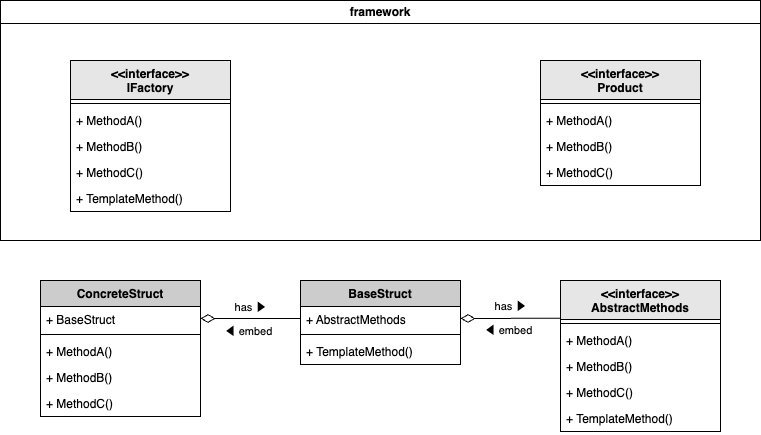
Earlier version of the draw.io export internal/patterns/factory/.docs/class-diagram.drawio.png (sh-yamaga/design-patterns-go). Source tidied: cells renumbered, new cells last; positions are measured from the earlier drawing's top-left corner, leaving out a move shared by most shapes.
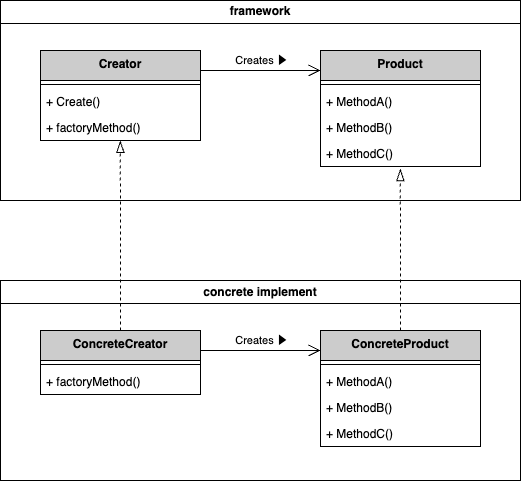
The same diagram one commit later.

Commit message:
[update]#factory_create class diagram

Change to the diagram source:
```diff
@@ -2,115 +2,90 @@
   <root>
     <mxCell id="0" />
     <mxCell id="1" parent="0" />
-    <mxCell id="2" value="&lt;&lt;interface&gt;&gt;&#10;AbstractMethods" style="swimlane;fontStyle=1;align=center;verticalAlign=top;horizontal=1;startSize=39;fillColor=#E6E6E6;fontColor=#000000;strokeColor=#000000;" parent="1" vertex="1">
-      <mxGeometry x="560" y="280" width="160" height="151" as="geometry" />
-    </mxCell>
-    <mxCell id="3" style="line;strokeWidth=1;fillColor=none;align=left;verticalAlign=middle;spacingTop=-1;spacingLeft=3;spacingRight=3;labelPosition=right;strokeColor=inherit;" parent="2" vertex="1">
-      <mxGeometry y="39" width="160" height="8" as="geometry" />
-    </mxCell>
-    <mxCell id="4" value="+ MethodA()" style="text;strokeColor=none;fillColor=none;align=left;verticalAlign=top;spacingLeft=4;spacingRight=4;overflow=hidden;fontColor=#000000;" parent="2" vertex="1">
-      <mxGeometry y="47" width="160" height="26" as="geometry" />
-    </mxCell>
-    <mxCell id="5" value="+ MethodB()" style="text;strokeColor=none;fillColor=none;align=left;verticalAlign=top;spacingLeft=4;spacingRight=4;overflow=hidden;fontColor=#000000;" parent="2" vertex="1">
-      <mxGeometry y="73" width="160" height="26" as="geometry" />
-    </mxCell>
-    <mxCell id="6" value="+ MethodC()" style="text;strokeColor=none;fillColor=none;align=left;verticalAlign=top;spacingLeft=4;spacingRight=4;overflow=hidden;fontColor=#000000;" parent="2" vertex="1">
-      <mxGeometry y="99" width="160" height="26" as="geometry" />
-    </mxCell>
-    <mxCell id="7" value="+ TemplateMethod()" style="text;strokeColor=none;fillColor=none;align=left;verticalAlign=top;spacingLeft=4;spacingRight=4;overflow=hidden;fontColor=#000000;" parent="2" vertex="1">
-      <mxGeometry y="125" width="160" height="26" as="geometry" />
-    </mxCell>
-    <mxCell id="8" value="BaseStruct" style="swimlane;fontStyle=1;align=center;verticalAlign=top;horizontal=1;startSize=26;fillColor=#CCCCCC;fontColor=#000000;strokeColor=#000000;" parent="1" vertex="1">
-      <mxGeometry x="300" y="280" width="160" height="84" as="geometry" />
-    </mxCell>
-    <mxCell id="9" value="+ AbstractMethods" style="text;strokeColor=none;fillColor=none;align=left;verticalAlign=top;spacingLeft=4;spacingRight=4;overflow=hidden;points=[[0,0.5],[1,0.5]];portConstraint=eastwest;fontColor=#000000;" parent="8" vertex="1">
-      <mxGeometry y="26" width="160" height="24" as="geometry" />
-    </mxCell>
-    <mxCell id="10" style="line;strokeWidth=1;fillColor=none;align=left;verticalAlign=middle;spacingTop=-1;spacingLeft=3;spacingRight=3;labelPosition=right;strokeColor=inherit;" parent="8" vertex="1">
-      <mxGeometry y="50" width="160" height="8" as="geometry" />
-    </mxCell>
-    <mxCell id="11" value="+ TemplateMethod()" style="text;strokeColor=none;fillColor=none;align=left;verticalAlign=top;spacingLeft=4;spacingRight=4;overflow=hidden;fontColor=#000000;" parent="8" vertex="1">
-      <mxGeometry y="58" width="160" height="26" as="geometry" />
-    </mxCell>
-    <mxCell id="12" style="endArrow=none;html=1;entryX=0;entryY=0.25;entryDx=0;entryDy=0;exitX=1;exitY=0.5;exitDx=0;exitDy=0;startArrow=diamondThin;startFill=0;startSize=12;endFill=0;" parent="1" edge="1" source="9" target="2">
-      <mxGeometry relative="1" as="geometry" />
-    </mxCell>
-    <mxCell id="13" value="has ▶︎" style="edgeLabel;html=1;align=center;verticalAlign=middle;" parent="12" vertex="1">
-      <mxGeometry x="-0.01" y="1" relative="1" as="geometry">
-        <mxPoint y="-11" as="offset" />
-      </mxGeometry>
-    </mxCell>
-    <mxCell id="14" value="◀︎ embed" style="edgeLabel;html=1;align=center;verticalAlign=middle;" parent="12" vertex="1">
-      <mxGeometry x="-0.06" y="-1" relative="1" as="geometry">
-        <mxPoint y="11" as="offset" />
-      </mxGeometry>
-    </mxCell>
-    <mxCell id="15" value="ConcreteStruct" style="swimlane;fontStyle=1;align=center;verticalAlign=top;horizontal=1;startSize=26;fillColor=#CCCCCC;fontColor=#000000;strokeColor=#000000;" parent="1" vertex="1">
-      <mxGeometry x="40" y="280" width="160" height="136" as="geometry" />
-    </mxCell>
-    <mxCell id="16" value="+ BaseStruct" style="text;strokeColor=none;fillColor=none;align=left;verticalAlign=top;spacingLeft=4;spacingRight=4;overflow=hidden;points=[[0,0.5],[1,0.5]];portConstraint=eastwest;fontColor=#000000;" parent="15" vertex="1">
-      <mxGeometry y="26" width="160" height="24" as="geometry" />
-    </mxCell>
-    <mxCell id="17" style="line;strokeWidth=1;fillColor=none;align=left;verticalAlign=middle;spacingTop=-1;spacingLeft=3;spacingRight=3;labelPosition=right;strokeColor=inherit;" parent="15" vertex="1">
-      <mxGeometry y="50" width="160" height="8" as="geometry" />
-    </mxCell>
-    <mxCell id="18" value="+ MethodA()" style="text;strokeColor=none;fillColor=none;align=left;verticalAlign=top;spacingLeft=4;spacingRight=4;overflow=hidden;fontColor=#000000;" parent="15" vertex="1">
-      <mxGeometry y="58" width="160" height="26" as="geometry" />
-    </mxCell>
-    <mxCell id="19" value="+ MethodB()" style="text;strokeColor=none;fillColor=none;align=left;verticalAlign=top;spacingLeft=4;spacingRight=4;overflow=hidden;fontColor=#000000;" parent="15" vertex="1">
-      <mxGeometry y="84" width="160" height="26" as="geometry" />
-    </mxCell>
-    <mxCell id="20" value="+ MethodC()" style="text;strokeColor=none;fillColor=none;align=left;verticalAlign=top;spacingLeft=4;spacingRight=4;overflow=hidden;fontColor=#000000;" parent="15" vertex="1">
-      <mxGeometry y="110" width="160" height="26" as="geometry" />
-    </mxCell>
     <mxCell id="21" value="framework" style="swimlane;whiteSpace=wrap;html=1;align=center;" parent="1" vertex="1">
-      <mxGeometry width="760" height="240" as="geometry" />
+      <mxGeometry width="520" height="200" as="geometry" />
     </mxCell>
-    <mxCell id="22" value="&lt;&lt;interface&gt;&gt;&#10;IFactory" style="swimlane;fontStyle=1;align=center;verticalAlign=top;horizontal=1;startSize=39;fillColor=#E6E6E6;fontColor=#000000;strokeColor=#000000;" parent="21" vertex="1">
-      <mxGeometry x="70" y="60" width="160" height="151" as="geometry" />
+    <mxCell id="22" value="Creator" style="swimlane;fontStyle=1;align=center;verticalAlign=top;horizontal=1;startSize=30;fillColor=#CCCCCC;fontColor=#000000;strokeColor=#000000;" parent="21" vertex="1">
+      <mxGeometry x="40" y="50" width="160" height="90" as="geometry" />
     </mxCell>
     <mxCell id="23" style="line;strokeWidth=1;fillColor=none;align=left;verticalAlign=middle;spacingTop=-1;spacingLeft=3;spacingRight=3;labelPosition=right;strokeColor=inherit;" parent="22" vertex="1">
-      <mxGeometry y="39" width="160" height="8" as="geometry" />
+      <mxGeometry y="30" width="160" height="8" as="geometry" />
     </mxCell>
-    <mxCell id="24" value="+ MethodA()" style="text;strokeColor=none;fillColor=none;align=left;verticalAlign=top;spacingLeft=4;spacingRight=4;overflow=hidden;fontColor=#000000;" parent="22" vertex="1">
-      <mxGeometry y="47" width="160" height="26" as="geometry" />
-    </mxCell>
-    <mxCell id="25" value="+ MethodB()" style="text;strokeColor=none;fillColor=none;align=left;verticalAlign=top;spacingLeft=4;spacingRight=4;overflow=hidden;fontColor=#000000;" parent="22" vertex="1">
-      <mxGeometry y="73" width="160" height="26" as="geometry" />
-    </mxCell>
-    <mxCell id="26" value="+ MethodC()" style="text;strokeColor=none;fillColor=none;align=left;verticalAlign=top;spacingLeft=4;spacingRight=4;overflow=hidden;fontColor=#000000;" parent="22" vertex="1">
-      <mxGeometry y="99" width="160" height="26" as="geometry" />
+    <mxCell id="26" value="+ Create()" style="text;strokeColor=none;fillColor=none;align=left;verticalAlign=top;spacingLeft=4;spacingRight=4;overflow=hidden;fontColor=#000000;" parent="22" vertex="1">
+      <mxGeometry y="38" width="160" height="26" as="geometry" />
     </mxCell>
-    <mxCell id="27" value="+ TemplateMethod()" style="text;strokeColor=none;fillColor=none;align=left;verticalAlign=top;spacingLeft=4;spacingRight=4;overflow=hidden;points=[[0,0.5],[1,0.5]];portConstraint=eastwest;fontColor=#000000;" parent="22" vertex="1">
-      <mxGeometry y="125" width="160" height="26" as="geometry" />
+    <mxCell id="27" value="+ factoryMethod()" style="text;strokeColor=none;fillColor=none;align=left;verticalAlign=top;spacingLeft=4;spacingRight=4;overflow=hidden;points=[[0,0.5],[1,0.5]];portConstraint=eastwest;fontColor=#000000;" parent="22" vertex="1">
+      <mxGeometry y="64" width="160" height="26" as="geometry" />
     </mxCell>
-    <mxCell id="28" value="&lt;&lt;interface&gt;&gt;&#10;Product" style="swimlane;fontStyle=1;align=center;verticalAlign=top;horizontal=1;startSize=39;fillColor=#E6E6E6;fontColor=#000000;strokeColor=#000000;" parent="21" vertex="1">
-      <mxGeometry x="540" y="60" width="160" height="125" as="geometry" />
+    <mxCell id="28" value="Product" style="swimlane;fontStyle=1;align=center;verticalAlign=top;horizontal=1;startSize=30;fillColor=#CCCCCC;fontColor=#000000;strokeColor=#000000;" parent="21" vertex="1">
+      <mxGeometry x="320" y="50" width="160" height="116" as="geometry" />
     </mxCell>
     <mxCell id="29" style="line;strokeWidth=1;fillColor=none;align=left;verticalAlign=middle;spacingTop=-1;spacingLeft=3;spacingRight=3;labelPosition=right;strokeColor=inherit;" parent="28" vertex="1">
-      <mxGeometry y="39" width="160" height="8" as="geometry" />
+      <mxGeometry y="30" width="160" height="8" as="geometry" />
     </mxCell>
     <mxCell id="30" value="+ MethodA()" style="text;strokeColor=none;fillColor=none;align=left;verticalAlign=top;spacingLeft=4;spacingRight=4;overflow=hidden;fontColor=#000000;" parent="28" vertex="1">
-      <mxGeometry y="47" width="160" height="26" as="geometry" />
+      <mxGeometry y="38" width="160" height="26" as="geometry" />
     </mxCell>
     <mxCell id="31" value="+ MethodB()" style="text;strokeColor=none;fillColor=none;align=left;verticalAlign=top;spacingLeft=4;spacingRight=4;overflow=hidden;fontColor=#000000;" parent="28" vertex="1">
-      <mxGeometry y="73" width="160" height="26" as="geometry" />
+      <mxGeometry y="64" width="160" height="26" as="geometry" />
     </mxCell>
     <mxCell id="32" value="+ MethodC()" style="text;strokeColor=none;fillColor=none;align=left;verticalAlign=top;spacingLeft=4;spacingRight=4;overflow=hidden;points=[[0,0.5],[1,0.5]];portConstraint=eastwest;fontColor=#000000;" parent="28" vertex="1">
-      <mxGeometry y="99" width="160" height="26" as="geometry" />
+      <mxGeometry y="90" width="160" height="26" as="geometry" />
     </mxCell>
-    <mxCell id="33" style="endArrow=none;html=1;entryX=0;entryY=0.5;entryDx=0;entryDy=0;startArrow=diamondThin;startFill=0;startSize=12;endFill=0;exitX=1;exitY=0.5;exitDx=0;exitDy=0;" parent="1" edge="1" source="16" target="9">
-      <mxGeometry relative="1" as="geometry" />
-    </mxCell>
-    <mxCell id="34" value="has ▶︎" style="edgeLabel;html=1;align=center;verticalAlign=middle;" parent="33" vertex="1">
-      <mxGeometry x="-0.01" y="1" relative="1" as="geometry">
-        <mxPoint y="-11" as="offset" />
-      </mxGeometry>
-    </mxCell>
-    <mxCell id="35" value="◀︎ embed" style="edgeLabel;html=1;align=center;verticalAlign=middle;" parent="33" vertex="1">
-      <mxGeometry x="-0.06" y="-1" relative="1" as="geometry">
-        <mxPoint y="11" as="offset" />
-      </mxGeometry>
-    </mxCell>
+    <mxCell id="36" style="edgeStyle=none;html=1;entryX=0;entryY=0.5;entryDx=0;entryDy=0;endSize=10;endArrow=open;endFill=0;" parent="21" edge="1">
+      <mxGeometry relative="1" as="geometry">
+        <mxPoint x="200" y="70" as="sourcePoint" />
+        <mxPoint x="320" y="70" as="targetPoint" />
+      </mxGeometry>
+    </mxCell>
+    <mxCell id="37" value="Creates ▶︎" style="edgeLabel;html=1;align=center;verticalAlign=middle;" parent="36" vertex="1">
+      <mxGeometry x="-0.01" y="-2" relative="1" as="geometry">
+        <mxPoint x="1" y="-12" as="offset" />
+      </mxGeometry>
+    </mxCell>
+    <mxCell id="38" value="concrete implement" style="swimlane;whiteSpace=wrap;html=1;align=center;" parent="1" vertex="1">
+      <mxGeometry y="280" width="520" height="200" as="geometry" />
+    </mxCell>
+    <mxCell id="39" value="ConcreteCreator" style="swimlane;fontStyle=1;align=center;verticalAlign=top;horizontal=1;startSize=30;fillColor=#CCCCCC;fontColor=#000000;strokeColor=#000000;" parent="38" vertex="1">
+      <mxGeometry x="40" y="50" width="160" height="64" as="geometry" />
+    </mxCell>
+    <mxCell id="40" style="line;strokeWidth=1;fillColor=none;align=left;verticalAlign=middle;spacingTop=-1;spacingLeft=3;spacingRight=3;labelPosition=right;strokeColor=inherit;" parent="39" vertex="1">
+      <mxGeometry y="30" width="160" height="8" as="geometry" />
+    </mxCell>
+    <mxCell id="41" value="+ factoryMethod()" style="text;strokeColor=none;fillColor=none;align=left;verticalAlign=top;spacingLeft=4;spacingRight=4;overflow=hidden;fontColor=#000000;" parent="39" vertex="1">
+      <mxGeometry y="38" width="160" height="26" as="geometry" />
+    </mxCell>
+    <mxCell id="42" value="ConcreteProduct" style="swimlane;fontStyle=1;align=center;verticalAlign=top;horizontal=1;startSize=30;fillColor=#CCCCCC;fontColor=#000000;strokeColor=#000000;" parent="38" vertex="1">
+      <mxGeometry x="320" y="50" width="160" height="116" as="geometry" />
+    </mxCell>
+    <mxCell id="43" style="line;strokeWidth=1;fillColor=none;align=left;verticalAlign=middle;spacingTop=-1;spacingLeft=3;spacingRight=3;labelPosition=right;strokeColor=inherit;" parent="42" vertex="1">
+      <mxGeometry y="30" width="160" height="8" as="geometry" />
+    </mxCell>
+    <mxCell id="44" value="+ MethodA()" style="text;strokeColor=none;fillColor=none;align=left;verticalAlign=top;spacingLeft=4;spacingRight=4;overflow=hidden;fontColor=#000000;" parent="42" vertex="1">
+      <mxGeometry y="38" width="160" height="26" as="geometry" />
+    </mxCell>
+    <mxCell id="45" value="+ MethodB()" style="text;strokeColor=none;fillColor=none;align=left;verticalAlign=top;spacingLeft=4;spacingRight=4;overflow=hidden;fontColor=#000000;" parent="42" vertex="1">
+      <mxGeometry y="64" width="160" height="26" as="geometry" />
+    </mxCell>
+    <mxCell id="46" value="+ MethodC()" style="text;strokeColor=none;fillColor=none;align=left;verticalAlign=top;spacingLeft=4;spacingRight=4;overflow=hidden;fontColor=#000000;" parent="42" vertex="1">
+      <mxGeometry y="90" width="160" height="26" as="geometry" />
+    </mxCell>
+    <mxCell id="47" style="edgeStyle=none;html=1;entryX=0;entryY=0.5;entryDx=0;entryDy=0;endSize=10;endArrow=open;endFill=0;" parent="38" edge="1">
+      <mxGeometry relative="1" as="geometry">
+        <mxPoint x="200" y="70" as="sourcePoint" />
+        <mxPoint x="320" y="70" as="targetPoint" />
+      </mxGeometry>
+    </mxCell>
+    <mxCell id="48" value="Creates ▶︎" style="edgeLabel;html=1;align=center;verticalAlign=middle;" parent="47" vertex="1">
+      <mxGeometry x="-0.01" y="-2" relative="1" as="geometry">
+        <mxPoint x="1" y="-12" as="offset" />
+      </mxGeometry>
+    </mxCell>
+    <mxCell id="49" style="edgeStyle=none;html=1;exitX=0.5;exitY=0;exitDx=0;exitDy=0;entryX=0.499;entryY=1;entryDx=0;entryDy=0;entryPerimeter=0;endArrow=blockThin;endFill=0;startSize=6;endSize=10;dashed=1;" parent="1" edge="1" source="39" target="27">
+      <mxGeometry relative="1" as="geometry" />
+    </mxCell>
+    <mxCell id="50" style="edgeStyle=none;html=1;exitX=0.5;exitY=0;exitDx=0;exitDy=0;entryX=0.499;entryY=1.084;entryDx=0;entryDy=0;entryPerimeter=0;endArrow=blockThin;endFill=0;endSize=10;dashed=1;" parent="1" edge="1" source="42" target="32">
+      <mxGeometry relative="1" as="geometry" />
+    </mxCell>
   </root>
 </mxGraphModel>
```
